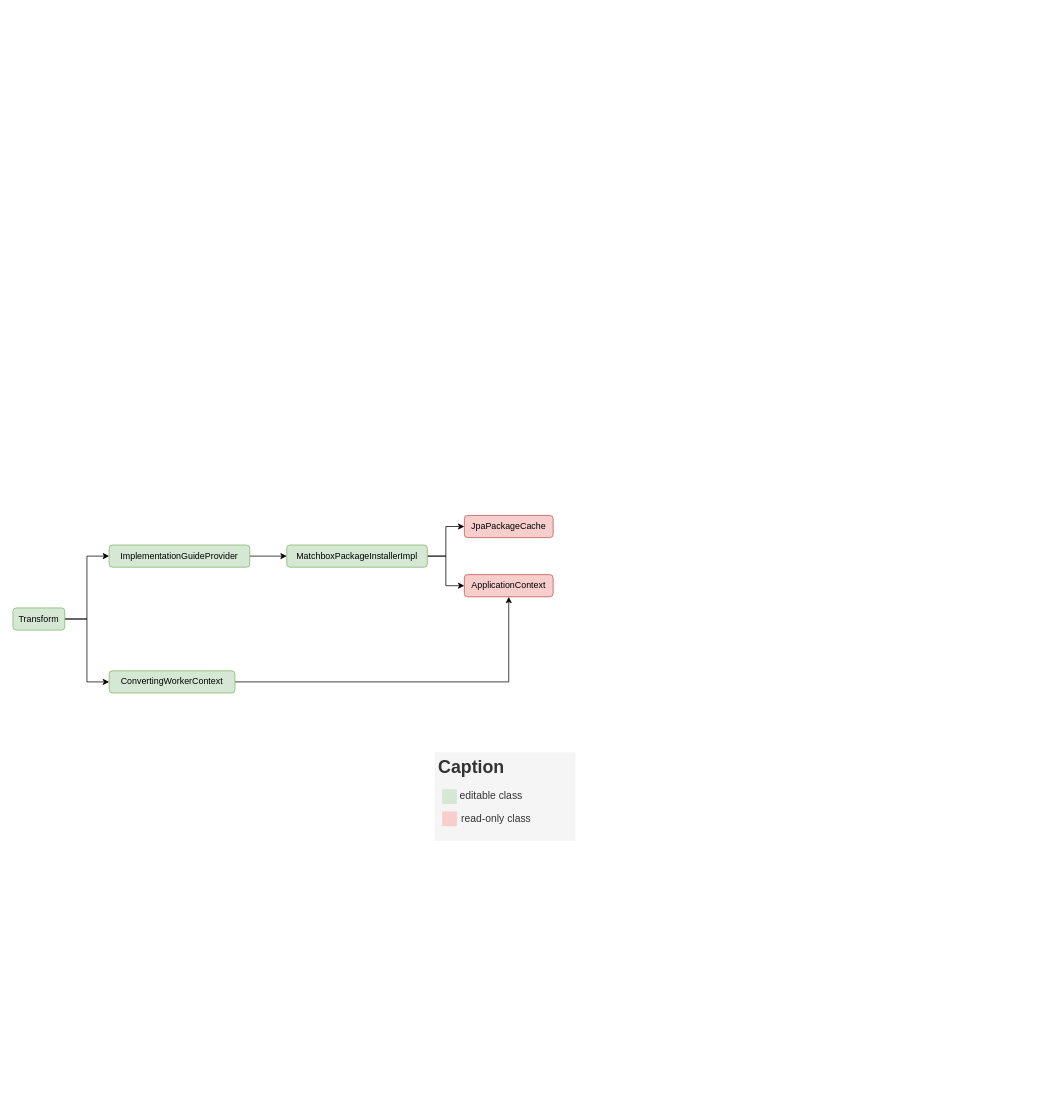
The draw.io diagram graph/dependency_graph.drawio in ronaldo-loureiro/matchbox, before the edit. Source tidied: cells renumbered, new cells numbered last; positions are measured from the earlier drawing's top-left corner, leaving out a move shared by most shapes. Both pictures are drawn from the tidied source at 74%, with x=0, y=0 at pixel (13, 515).
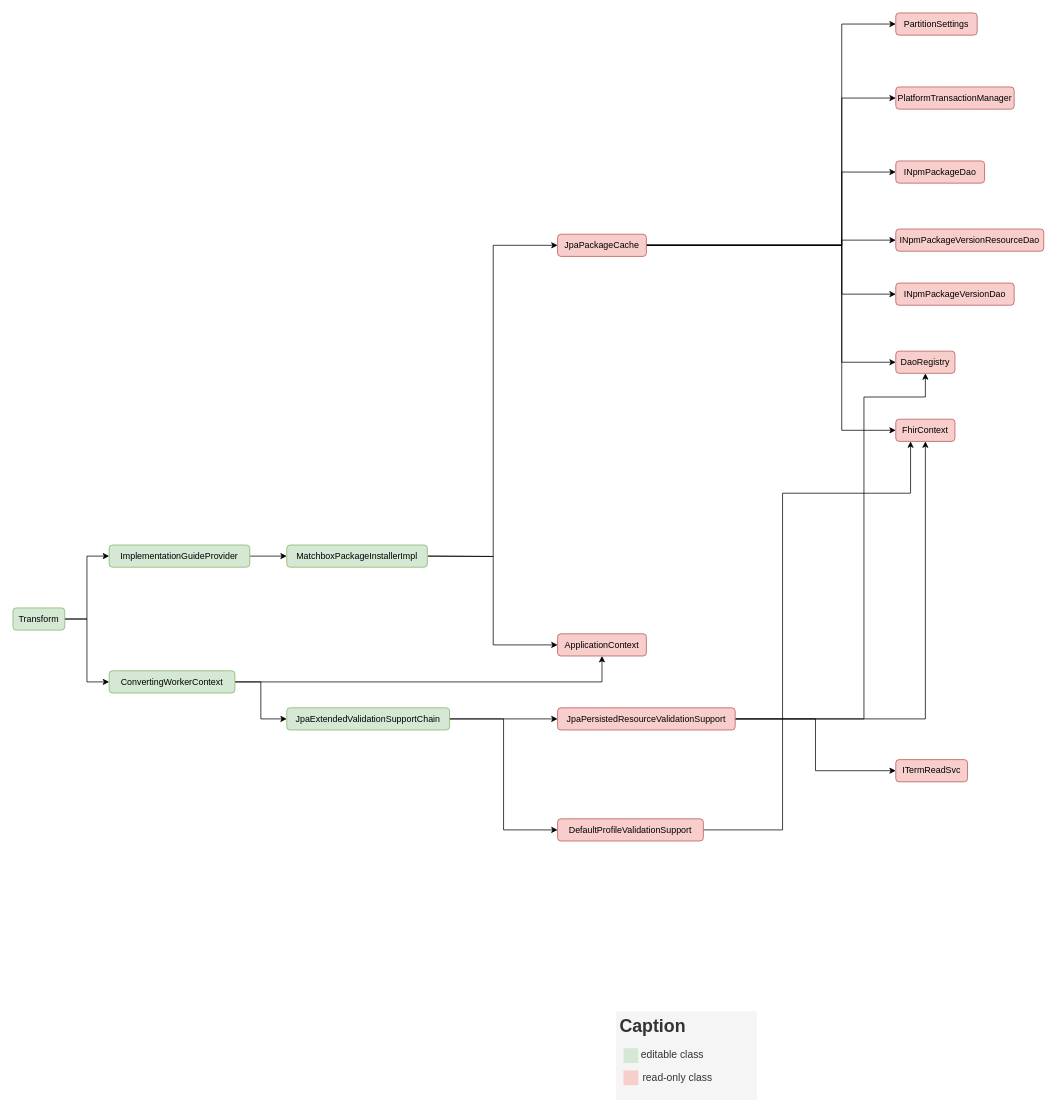
Above is the later version.

The change refers to these unchanged cells:
```xml
<mxCell id="8" value="ConvertingWorkerContext" style="rounded=1;whiteSpace=wrap;html=1;fillColor=#d5e8d4;strokeColor=#82b366;" parent="1" vertex="1">
  <mxGeometry x="130" y="210" width="170" height="30" as="geometry" />
</mxCell>
<mxCell id="11" value="MatchboxPackageInstallerImpl" style="rounded=1;whiteSpace=wrap;html=1;fillColor=#d5e8d4;strokeColor=#82b366;" parent="1" vertex="1">
  <mxGeometry x="370" y="40" width="190" height="30" as="geometry" />
</mxCell>
```

What changed in the source:
```diff
@@
     <mxCell id="7" style="edgeStyle=orthogonalEdgeStyle;rounded=0;jettySize=auto;html=1;entryX=0.5;entryY=1;entryDx=0;entryDy=0;" parent="1" edge="1" source="8" target="13">
       <mxGeometry relative="1" as="geometry">
         <Array as="points">
-          <mxPoint x="670" y="225" />
+          <mxPoint x="796" y="225" />
         </Array>
       </mxGeometry>
     </mxCell>
+    <mxCell id="18" style="edgeStyle=orthogonalEdgeStyle;rounded=0;jettySize=auto;html=1;entryX=0;entryY=0.5;entryDx=0;entryDy=0;" parent="1" edge="1" source="8" target="35">
+      <mxGeometry relative="1" as="geometry" />
+    </mxCell>
@@
-    <mxCell id="9" style="edgeStyle=orthogonalEdgeStyle;rounded=0;jettySize=auto;html=1;entryX=0;entryY=0.5;entryDx=0;entryDy=0;" parent="1" edge="1" source="11" target="12">
-      <mxGeometry relative="1" as="geometry" />
+    <mxCell id="9" style="edgeStyle=orthogonalEdgeStyle;rounded=0;jettySize=auto;html=1;entryX=0;entryY=0.5;entryDx=0;entryDy=0;" parent="1" edge="1" target="12">
+      <mxGeometry relative="1" as="geometry">
+        <mxPoint x="561" y="55" as="sourcePoint" />
+      </mxGeometry>
     </mxCell>
-    <mxCell id="10" style="edgeStyle=orthogonalEdgeStyle;rounded=0;jettySize=auto;html=1;entryX=0;entryY=0.5;entryDx=0;entryDy=0;" parent="1" edge="1" source="11" target="13">
-      <mxGeometry relative="1" as="geometry" />
+    <mxCell id="10" style="edgeStyle=orthogonalEdgeStyle;rounded=0;jettySize=auto;html=1;entryX=0;entryY=0.5;entryDx=0;entryDy=0;" parent="1" edge="1" target="13">
+      <mxGeometry relative="1" as="geometry">
+        <mxPoint x="561" y="55" as="sourcePoint" />
+      </mxGeometry>
     </mxCell>
@@
+    <mxCell id="19" style="edgeStyle=orthogonalEdgeStyle;rounded=0;jettySize=auto;html=1;entryX=0;entryY=0.5;entryDx=0;entryDy=0;" parent="1" edge="1" source="12" target="32">
+      <mxGeometry relative="1" as="geometry">
+        <Array as="points">
+          <mxPoint x="1120" y="-365" />
+          <mxPoint x="1120" y="-664" />
+        </Array>
+      </mxGeometry>
+    </mxCell>
+    <mxCell id="20" style="edgeStyle=orthogonalEdgeStyle;rounded=0;jettySize=auto;html=1;entryX=0;entryY=0.5;entryDx=0;entryDy=0;" parent="1" edge="1" source="12" target="30">
+      <mxGeometry relative="1" as="geometry">
+        <Array as="points">
+          <mxPoint x="1120" y="-365" />
+          <mxPoint x="1120" y="-115" />
+        </Array>
+      </mxGeometry>
+    </mxCell>
+    <mxCell id="21" style="edgeStyle=orthogonalEdgeStyle;rounded=0;jettySize=auto;html=1;entryX=0;entryY=0.5;entryDx=0;entryDy=0;" parent="1" edge="1" source="12" target="31">
+      <mxGeometry relative="1" as="geometry">
+        <Array as="points">
+          <mxPoint x="1120" y="-365" />
+          <mxPoint x="1120" y="-564" />
+        </Array>
+      </mxGeometry>
+    </mxCell>
+    <mxCell id="22" style="edgeStyle=orthogonalEdgeStyle;rounded=0;jettySize=auto;html=1;entryX=0;entryY=0.5;entryDx=0;entryDy=0;" parent="1" edge="1" source="12" target="29">
+      <mxGeometry relative="1" as="geometry">
+        <Array as="points">
+          <mxPoint x="1120" y="-365" />
+          <mxPoint x="1120" y="-207" />
+        </Array>
+      </mxGeometry>
+    </mxCell>
+    <mxCell id="23" style="edgeStyle=orthogonalEdgeStyle;rounded=0;jettySize=auto;html=1;entryX=0;entryY=0.5;entryDx=0;entryDy=0;" parent="1" edge="1" source="12" target="28">
+      <mxGeometry relative="1" as="geometry">
+        <Array as="points">
+          <mxPoint x="1120" y="-365" />
+          <mxPoint x="1120" y="-372" />
+        </Array>
+      </mxGeometry>
+    </mxCell>
+    <mxCell id="24" style="edgeStyle=orthogonalEdgeStyle;rounded=0;jettySize=auto;html=1;entryX=0;entryY=0.5;entryDx=0;entryDy=0;" parent="1" edge="1" source="12" target="27">
+      <mxGeometry relative="1" as="geometry">
+        <Array as="points">
+          <mxPoint x="1120" y="-365" />
+          <mxPoint x="1120" y="-299" />
+        </Array>
+      </mxGeometry>
+    </mxCell>
+    <mxCell id="25" style="edgeStyle=orthogonalEdgeStyle;rounded=0;jettySize=auto;html=1;entryX=0;entryY=0.5;entryDx=0;entryDy=0;" parent="1" edge="1" source="12" target="26">
+      <mxGeometry relative="1" as="geometry">
+        <Array as="points">
+          <mxPoint x="1120" y="-365" />
+          <mxPoint x="1120" y="-464" />
+        </Array>
+      </mxGeometry>
+    </mxCell>
     <mxCell id="12" value="JpaPackageCache" style="rounded=1;whiteSpace=wrap;html=1;fillColor=#f8cecc;strokeColor=#b85450;" parent="1" vertex="1">
-      <mxGeometry x="610" width="120" height="30" as="geometry" />
+      <mxGeometry x="736" y="-380" width="120" height="30" as="geometry" />
     </mxCell>
     <mxCell id="13" value="ApplicationContext" style="rounded=1;whiteSpace=wrap;html=1;fillColor=#f8cecc;strokeColor=#b85450;" parent="1" vertex="1">
-      <mxGeometry x="610" y="80" width="120" height="30" as="geometry" />
+      <mxGeometry x="736" y="160" width="120" height="30" as="geometry" />
     </mxCell>
     <mxCell id="14" style="group;" parent="1" vertex="1">
-      <mxGeometry x="570" y="320" width="190" height="120" as="geometry" />
+      <mxGeometry x="815" y="670" width="190" height="120" as="geometry" />
     </mxCell>
@@
+    <mxCell id="26" value="INpmPackageDao" style="rounded=1;whiteSpace=wrap;html=1;fillColor=#f8cecc;strokeColor=#b85450;" parent="1" vertex="1">
+      <mxGeometry x="1193" y="-479" width="120" height="30" as="geometry" />
+    </mxCell>
+    <mxCell id="27" value="INpmPackageVersionDao" style="rounded=1;whiteSpace=wrap;html=1;fillColor=#f8cecc;strokeColor=#b85450;direction=east;" parent="1" vertex="1">
+      <mxGeometry x="1193" y="-314" width="160" height="30" as="geometry" />
+    </mxCell>
+    <mxCell id="28" value="INpmPackageVersionResourceDao" style="rounded=1;whiteSpace=wrap;html=1;fillColor=#f8cecc;strokeColor=#b85450;" parent="1" vertex="1">
+      <mxGeometry x="1193" y="-387" width="200" height="30" as="geometry" />
+    </mxCell>
+    <mxCell id="29" value="DaoRegistry" style="rounded=1;whiteSpace=wrap;html=1;fillColor=#f8cecc;strokeColor=#b85450;" parent="1" vertex="1">
+      <mxGeometry x="1193" y="-222" width="80" height="30" as="geometry" />
+    </mxCell>
+    <mxCell id="30" value="FhirContext" style="rounded=1;whiteSpace=wrap;html=1;fillColor=#f8cecc;strokeColor=#b85450;direction=east;" parent="1" vertex="1">
+      <mxGeometry x="1193" y="-130" width="80" height="30" as="geometry" />
+    </mxCell>
+    <mxCell id="31" value="PlatformTransactionManager" style="rounded=1;whiteSpace=wrap;html=1;fillColor=#f8cecc;strokeColor=#b85450;" parent="1" vertex="1">
+      <mxGeometry x="1193" y="-579" width="160" height="30" as="geometry" />
+    </mxCell>
+    <mxCell id="32" value="PartitionSettings" style="rounded=1;whiteSpace=wrap;html=1;fillColor=#f8cecc;strokeColor=#b85450;" parent="1" vertex="1">
+      <mxGeometry x="1193" y="-679" width="110" height="30" as="geometry" />
+    </mxCell>
+    <mxCell id="33" style="edgeStyle=orthogonalEdgeStyle;rounded=0;jettySize=auto;html=1;entryX=0;entryY=0.5;entryDx=0;entryDy=0;" parent="1" edge="1" source="35" target="39">
+      <mxGeometry relative="1" as="geometry" />
+    </mxCell>
+    <mxCell id="34" style="edgeStyle=orthogonalEdgeStyle;rounded=0;jettySize=auto;html=1;entryX=0;entryY=0.5;entryDx=0;entryDy=0;" parent="1" edge="1" source="35" target="42">
+      <mxGeometry relative="1" as="geometry" />
+    </mxCell>
+    <mxCell id="35" value="JpaExtendedValidationSupportChain" style="rounded=1;whiteSpace=wrap;html=1;fillColor=#d5e8d4;strokeColor=#82b366;" parent="1" vertex="1">
+      <mxGeometry x="370" y="260" width="220" height="30" as="geometry" />
+    </mxCell>
+    <mxCell id="36" style="edgeStyle=orthogonalEdgeStyle;rounded=0;jettySize=auto;html=1;entryX=0.5;entryY=1;entryDx=0;entryDy=0;" parent="1" edge="1" source="39" target="30">
+      <mxGeometry relative="1" as="geometry" />
+    </mxCell>
+    <mxCell id="37" style="edgeStyle=orthogonalEdgeStyle;rounded=0;jettySize=auto;html=1;entryX=0.5;entryY=1;entryDx=0;entryDy=0;" parent="1" edge="1" source="39" target="29">
+      <mxGeometry relative="1" as="geometry">
+        <Array as="points">
+          <mxPoint x="1150" y="275" />
+          <mxPoint x="1150" y="-160" />
+          <mxPoint x="1233" y="-160" />
+        </Array>
+      </mxGeometry>
+    </mxCell>
+    <mxCell id="38" style="edgeStyle=orthogonalEdgeStyle;rounded=0;jettySize=auto;html=1;entryX=0;entryY=0.5;entryDx=0;entryDy=0;" parent="1" edge="1" source="39" target="40">
+      <mxGeometry relative="1" as="geometry" />
+    </mxCell>
+    <mxCell id="39" value="JpaPersistedResourceValidationSupport" style="rounded=1;whiteSpace=wrap;html=1;fillColor=#f8cecc;strokeColor=#b85450;" parent="1" vertex="1">
+      <mxGeometry x="736" y="260" width="240" height="30" as="geometry" />
+    </mxCell>
+    <mxCell id="40" value="ITermReadSvc" style="rounded=1;whiteSpace=wrap;html=1;fillColor=#f8cecc;strokeColor=#b85450;" parent="1" vertex="1">
+      <mxGeometry x="1193" y="330" width="97" height="30" as="geometry" />
+    </mxCell>
+    <mxCell id="41" style="edgeStyle=orthogonalEdgeStyle;rounded=0;jettySize=auto;html=1;entryX=0.25;entryY=1;entryDx=0;entryDy=0;" parent="1" edge="1" source="42" target="30">
+      <mxGeometry relative="1" as="geometry">
+        <Array as="points">
+          <mxPoint x="1040" y="425" />
+          <mxPoint x="1040" y="-30" />
+          <mxPoint x="1213" y="-30" />
+        </Array>
+      </mxGeometry>
+    </mxCell>
+    <mxCell id="42" value="DefaultProfileValidationSupport" style="rounded=1;whiteSpace=wrap;html=1;fillColor=#f8cecc;strokeColor=#b85450;" parent="1" vertex="1">
+      <mxGeometry x="736" y="410" width="197" height="30" as="geometry" />
+    </mxCell>
```
